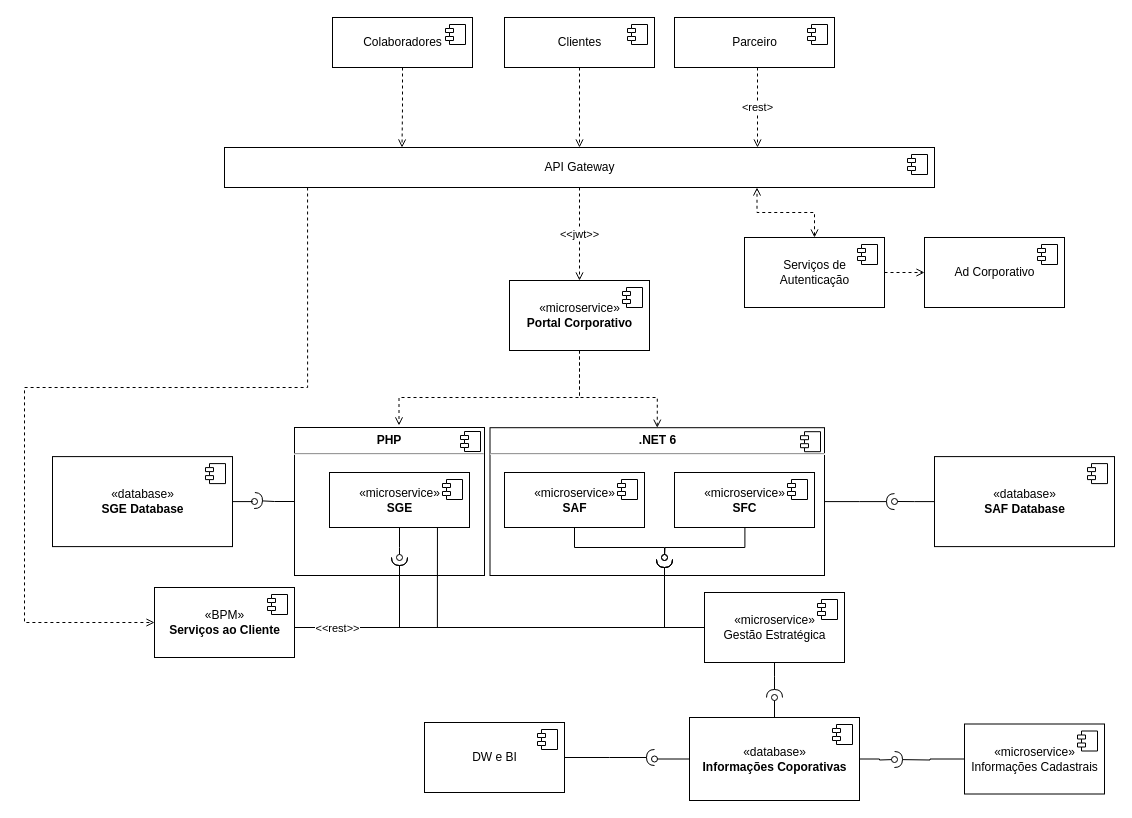
The draw.io diagram page "Diagrama de Componentes" (4 of 6) of desenho-solucao/DesenhoSolucao.drawio in felipepozzi/puc-minas-arquitetura, before the edit. Source tidied: cells renumbered, new cells numbered last; positions are measured from the earlier drawing's top-left corner, leaving out a move shared by most shapes. Both pictures are drawn from the tidied source at 100%, with x=0, y=0 at pixel (24, 17).
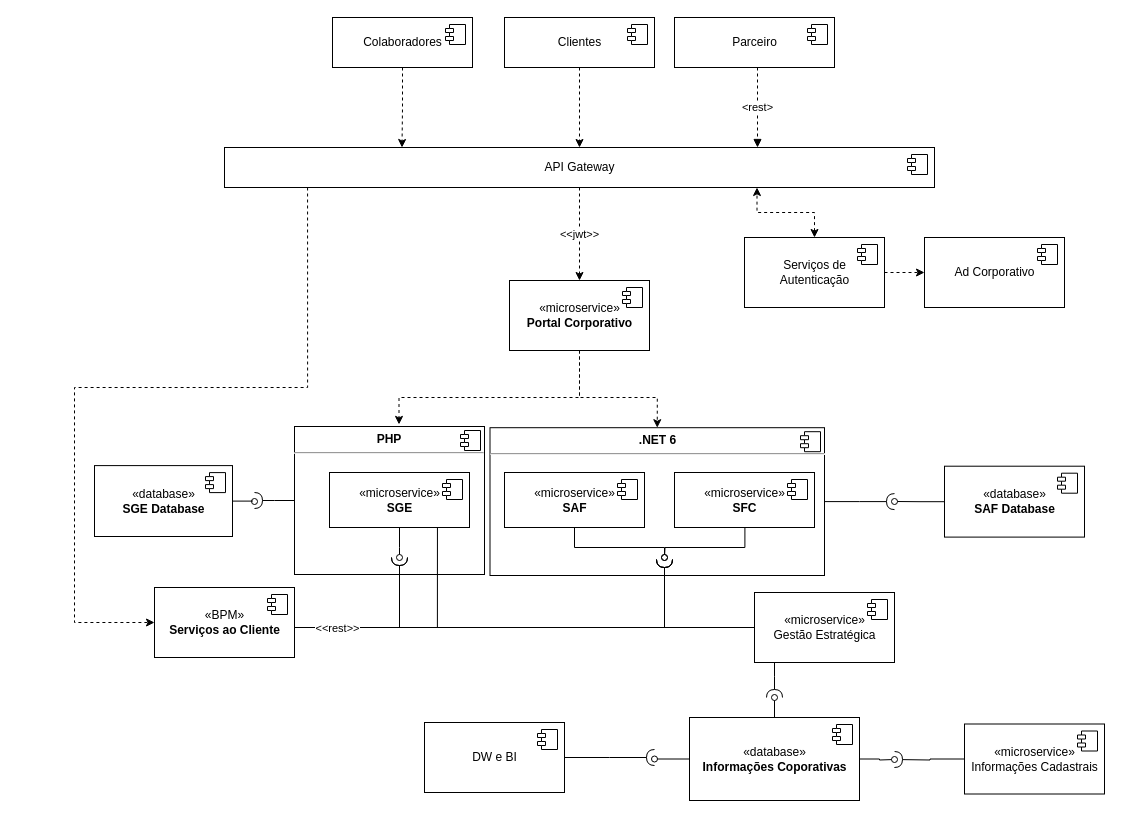
After the change.

Unchanged cells that the change refers to:
```xml
<mxCell id="4" value="&lt;p style=&quot;margin: 0px ; margin-top: 6px ; text-align: center&quot;&gt;&lt;b&gt;.NET 6&lt;/b&gt;&lt;/p&gt;&lt;hr&gt;&lt;p style=&quot;margin: 0px ; margin-left: 8px&quot;&gt;&lt;br&gt;&lt;/p&gt;" style="align=left;overflow=fill;html=1;fontColor=#000000;" parent="1" vertex="1">
  <mxGeometry x="465.5" y="410.2" width="334.5" height="147.8" as="geometry" />
</mxCell>
<mxCell id="10" value="API Gateway" style="html=1;fontColor=#000000;" parent="1" vertex="1">
  <mxGeometry x="200" y="130" width="710" height="40" as="geometry" />
</mxCell>
<mxCell id="14" value="«microservice»&lt;br&gt;&lt;b&gt;Portal Corporativo&lt;/b&gt;" style="html=1;fontColor=#000000;" parent="1" vertex="1">
  <mxGeometry x="485" y="263" width="140" height="70" as="geometry" />
</mxCell>
<mxCell id="27" value="Colaboradores" style="html=1;fontColor=#000000;" parent="1" vertex="1">
  <mxGeometry x="308" width="140" height="50" as="geometry" />
</mxCell>
<mxCell id="30" value="Clientes" style="html=1;fontColor=#000000;" parent="1" vertex="1">
  <mxGeometry x="480" width="150" height="50" as="geometry" />
</mxCell>
<mxCell id="33" value="Parceiro" style="html=1;fontColor=#000000;" parent="1" vertex="1">
  <mxGeometry x="650" width="160" height="50" as="geometry" />
</mxCell>
<mxCell id="37" value="Serviços de &lt;br&gt;Autenticação" style="html=1;fontColor=#000000;" parent="1" vertex="1">
  <mxGeometry x="720" y="220" width="140" height="70" as="geometry" />
</mxCell>
<mxCell id="39" value="Ad Corporativo" style="html=1;fontColor=#000000;" parent="1" vertex="1">
  <mxGeometry x="900" y="220" width="140" height="70" as="geometry" />
</mxCell>
<mxCell id="44" value="«BPM»&lt;br&gt;&lt;b&gt;Serviços ao Cliente&lt;/b&gt;" style="html=1;fontColor=#000000;" parent="1" vertex="1">
  <mxGeometry x="130" y="570" width="140" height="70" as="geometry" />
</mxCell>
```

Diff of the diagram source:
```diff
@@
     <mxCell id="2" value="&lt;p style=&quot;margin: 0px ; margin-top: 6px ; text-align: center&quot;&gt;&lt;b&gt;PHP&lt;/b&gt;&lt;/p&gt;&lt;hr&gt;&lt;p style=&quot;margin: 0px ; margin-left: 8px&quot;&gt;&lt;br&gt;&lt;/p&gt;" style="align=left;overflow=fill;html=1;fontColor=#000000;" parent="1" vertex="1">
-      <mxGeometry x="270" y="410" width="190" height="148" as="geometry" />
+      <mxGeometry x="270" y="409" width="190" height="148" as="geometry" />
     </mxCell>
@@
-    <mxCell id="8" value="&amp;lt;&amp;lt;jwt&amp;gt;&amp;gt;" style="edgeStyle=orthogonalEdgeStyle;rounded=0;jettySize=auto;html=1;entryX=0.5;entryY=0;entryDx=0;entryDy=0;dashed=1;fontColor=#000000;startArrow=none;startFill=0;endArrow=open;endFill=0;strokeColor=#000000;" parent="1" edge="1" source="10" target="14">
+    <mxCell id="8" value="&amp;lt;&amp;lt;jwt&amp;gt;&amp;gt;" style="edgeStyle=orthogonalEdgeStyle;rounded=0;jettySize=auto;html=1;entryX=0.5;entryY=0;entryDx=0;entryDy=0;dashed=1;fontColor=#000000;startArrow=none;startFill=0;endArrow=classic;endFill=1;strokeColor=#000000;" parent="1" edge="1" source="10" target="14">
       <mxGeometry relative="1" as="geometry" />
     </mxCell>
-    <mxCell id="9" style="edgeStyle=orthogonalEdgeStyle;rounded=0;jettySize=auto;html=1;entryX=0;entryY=0.5;entryDx=0;entryDy=0;dashed=1;fontColor=#000000;startArrow=none;startFill=0;endArrow=open;endFill=0;strokeColor=#000000;exitX=0.117;exitY=1;exitDx=0;exitDy=0;exitPerimeter=0;" parent="1" edge="1" source="10" target="44">
+    <mxCell id="9" style="edgeStyle=orthogonalEdgeStyle;rounded=0;jettySize=auto;html=1;entryX=0;entryY=0.5;entryDx=0;entryDy=0;dashed=1;fontColor=#000000;startArrow=none;startFill=0;endArrow=classic;endFill=1;strokeColor=#000000;exitX=0.117;exitY=1;exitDx=0;exitDy=0;exitPerimeter=0;" parent="1" edge="1" source="10" target="44">
       <mxGeometry relative="1" as="geometry">
         <Array as="points">
           <mxPoint x="283" y="370" />
-          <mxPoint y="370" />
-          <mxPoint y="605" />
+          <mxPoint x="50" y="370" />
+          <mxPoint x="50" y="605" />
         </Array>
       </mxGeometry>
     </mxCell>
@@
-    <mxCell id="12" style="edgeStyle=orthogonalEdgeStyle;rounded=0;jettySize=auto;html=1;entryX=0.55;entryY=-0.014;entryDx=0;entryDy=0;dashed=1;fontColor=#000000;startArrow=none;startFill=0;endArrow=open;endFill=0;strokeColor=#000000;exitX=0.5;exitY=1;exitDx=0;exitDy=0;entryPerimeter=0;" parent="1" edge="1" source="14" target="2">
+    <mxCell id="12" style="edgeStyle=orthogonalEdgeStyle;rounded=0;jettySize=auto;html=1;entryX=0.55;entryY=-0.014;entryDx=0;entryDy=0;dashed=1;fontColor=#000000;startArrow=none;startFill=0;endArrow=classic;endFill=1;strokeColor=#000000;exitX=0.5;exitY=1;exitDx=0;exitDy=0;entryPerimeter=0;" parent="1" edge="1" source="14" target="2">
       <mxGeometry relative="1" as="geometry">
         <Array as="points">
           <mxPoint x="555" y="380" />
           <mxPoint x="375" y="380" />
         </Array>
       </mxGeometry>
     </mxCell>
-    <mxCell id="13" style="edgeStyle=orthogonalEdgeStyle;rounded=0;jettySize=auto;html=1;entryX=0.5;entryY=0;entryDx=0;entryDy=0;dashed=1;fontColor=#000000;startArrow=none;startFill=0;endArrow=open;endFill=0;strokeColor=#000000;exitX=0.5;exitY=1;exitDx=0;exitDy=0;" parent="1" edge="1" source="14" target="4">
+    <mxCell id="13" style="edgeStyle=orthogonalEdgeStyle;rounded=0;jettySize=auto;html=1;entryX=0.5;entryY=0;entryDx=0;entryDy=0;dashed=1;fontColor=#000000;startArrow=none;startFill=0;endArrow=classic;endFill=1;strokeColor=#000000;exitX=0.5;exitY=1;exitDx=0;exitDy=0;" parent="1" edge="1" source="14" target="4">
       <mxGeometry relative="1" as="geometry">
         <Array as="points">
           <mxPoint x="555" y="380" />
           <mxPoint x="633" y="380" />
         </Array>
       </mxGeometry>
     </mxCell>
@@
-    <mxCell id="26" style="edgeStyle=orthogonalEdgeStyle;rounded=0;jettySize=auto;html=1;entryX=0.25;entryY=0;entryDx=0;entryDy=0;dashed=1;fontColor=#000000;startArrow=none;startFill=0;endArrow=open;endFill=0;strokeColor=#000000;" parent="1" edge="1" source="27" target="10">
+    <mxCell id="26" style="edgeStyle=orthogonalEdgeStyle;rounded=0;jettySize=auto;html=1;entryX=0.25;entryY=0;entryDx=0;entryDy=0;dashed=1;fontColor=#000000;startArrow=none;startFill=0;endArrow=classic;endFill=1;strokeColor=#000000;" parent="1" edge="1" source="27" target="10">
       <mxGeometry relative="1" as="geometry" />
     </mxCell>
@@
-    <mxCell id="29" style="edgeStyle=orthogonalEdgeStyle;rounded=0;jettySize=auto;html=1;dashed=1;fontColor=#000000;startArrow=none;startFill=0;endArrow=open;endFill=0;strokeColor=#000000;" parent="1" edge="1" source="30" target="10">
+    <mxCell id="29" style="edgeStyle=orthogonalEdgeStyle;rounded=0;jettySize=auto;html=1;dashed=1;fontColor=#000000;startArrow=none;startFill=0;endArrow=classic;endFill=1;strokeColor=#000000;" parent="1" edge="1" source="30" target="10">
       <mxGeometry relative="1" as="geometry" />
     </mxCell>
@@
-    <mxCell id="32" value="&amp;lt;rest&amp;gt;" style="edgeStyle=elbowEdgeStyle;rounded=0;jettySize=auto;html=1;fontColor=#000000;startArrow=none;startFill=0;endArrow=open;endFill=0;strokeColor=#000000;dashed=1;entryX=0.75;entryY=0;entryDx=0;entryDy=0;" parent="1" edge="1" source="33" target="10">
+    <mxCell id="32" value="&amp;lt;rest&amp;gt;" style="edgeStyle=elbowEdgeStyle;rounded=0;jettySize=auto;html=1;fontColor=#000000;startArrow=none;startFill=0;endArrow=block;endFill=1;strokeColor=#000000;dashed=1;entryX=0.75;entryY=0;entryDx=0;entryDy=0;" parent="1" edge="1" source="33" target="10">
       <mxGeometry relative="1" as="geometry" />
     </mxCell>
@@
-    <mxCell id="35" style="edgeStyle=orthogonalEdgeStyle;rounded=0;jettySize=auto;html=1;dashed=1;fontColor=#000000;startArrow=none;startFill=0;endArrow=open;endFill=0;strokeColor=#000000;" parent="1" edge="1" source="37" target="39">
+    <mxCell id="35" style="edgeStyle=orthogonalEdgeStyle;rounded=0;jettySize=auto;html=1;dashed=1;fontColor=#000000;startArrow=none;startFill=0;endArrow=classic;endFill=1;strokeColor=#000000;" parent="1" edge="1" source="37" target="39">
       <mxGeometry relative="1" as="geometry" />
     </mxCell>
-    <mxCell id="36" style="edgeStyle=orthogonalEdgeStyle;rounded=0;jettySize=auto;html=1;entryX=0.75;entryY=1;entryDx=0;entryDy=0;dashed=1;fontColor=#000000;startArrow=open;startFill=0;endArrow=open;endFill=0;strokeColor=#000000;" parent="1" edge="1" source="37" target="10">
+    <mxCell id="36" style="edgeStyle=orthogonalEdgeStyle;rounded=0;jettySize=auto;html=1;entryX=0.75;entryY=1;entryDx=0;entryDy=0;dashed=1;fontColor=#000000;startArrow=classic;startFill=1;endArrow=classic;endFill=1;strokeColor=#000000;" parent="1" edge="1" source="37" target="10">
       <mxGeometry relative="1" as="geometry" />
     </mxCell>
@@
     <mxCell id="47" style="edgeStyle=orthogonalEdgeStyle;rounded=0;jettySize=auto;html=1;fontColor=#000000;startArrow=none;startFill=0;endArrow=halfCircle;endFill=0;strokeColor=#000000;exitX=0;exitY=0.5;exitDx=0;exitDy=0;" parent="1" edge="1" source="49">
       <mxGeometry relative="1" as="geometry">
         <mxPoint x="375" y="540" as="targetPoint" />
         <Array as="points">
-          <mxPoint x="680" y="610" />
+          <mxPoint x="730" y="610" />
           <mxPoint x="375" y="610" />
         </Array>
       </mxGeometry>
     </mxCell>
@@
     <mxCell id="49" value="«microservice»&lt;br&gt;Gestão Estratégica" style="html=1;fontColor=#000000;" parent="1" vertex="1">
-      <mxGeometry x="680" y="575" width="140" height="70" as="geometry" />
+      <mxGeometry x="730" y="575" width="140" height="70" as="geometry" />
     </mxCell>
@@
     <mxCell id="58" value="«database»&lt;br&gt;&lt;b&gt;SAF Database&lt;/b&gt;" style="html=1;fontColor=#000000;" parent="1" vertex="1">
-      <mxGeometry x="910" y="439.1" width="180" height="90" as="geometry" />
+      <mxGeometry x="920" y="448.7" width="140" height="70.9" as="geometry" />
     </mxCell>
@@
     <mxCell id="61" value="«database»&lt;br&gt;&lt;b&gt;SGE Database&lt;/b&gt;" style="html=1;fontColor=#000000;" parent="1" vertex="1">
-      <mxGeometry x="28" y="439.1" width="180" height="90" as="geometry" />
+      <mxGeometry x="70" y="448.1" width="138" height="70.9" as="geometry" />
     </mxCell>
```
